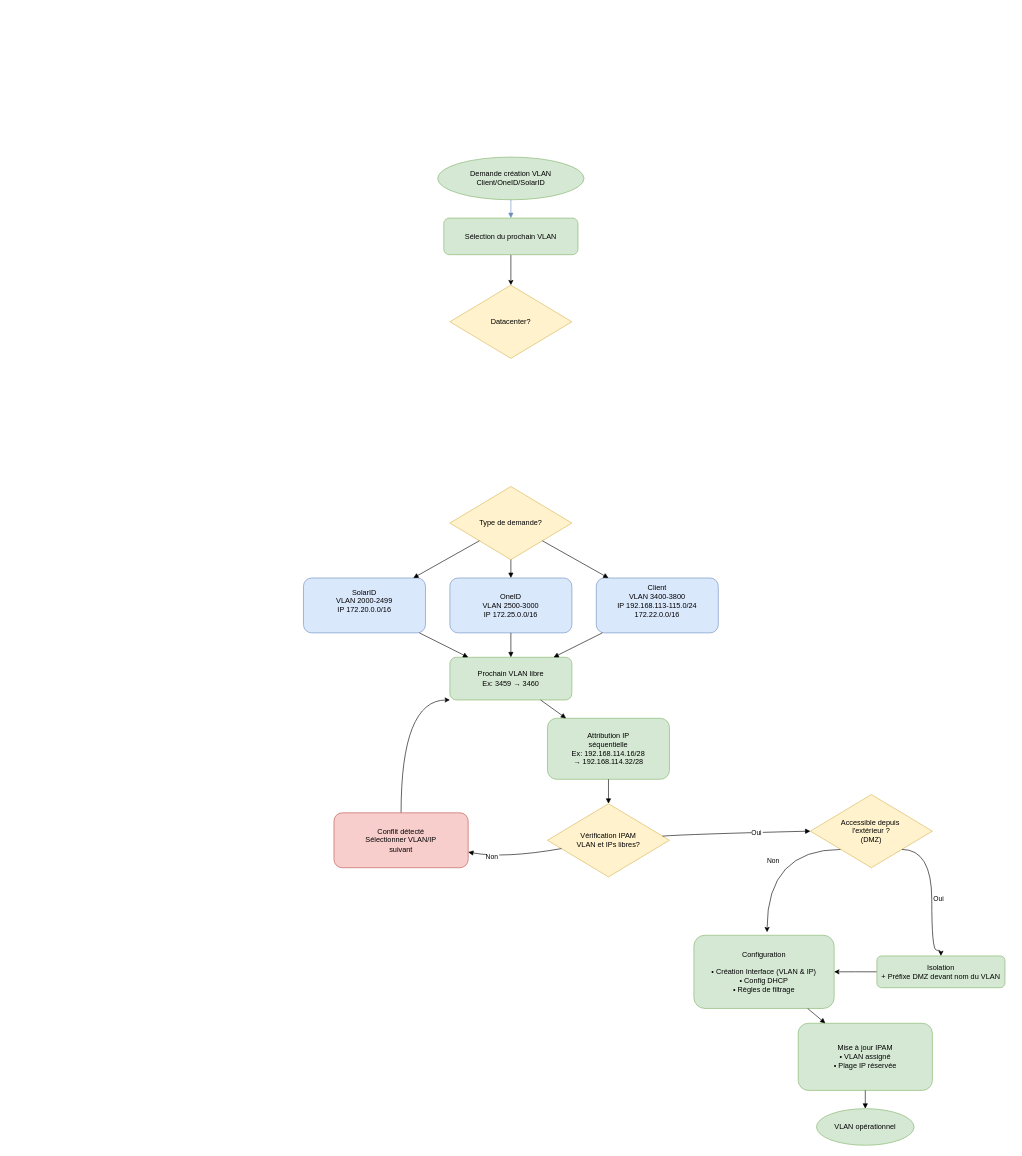
Earlier version of the draw.io diagram Diagrammes_création_vlan.drawio (titiuv24/diagrammes). Source tidied: cells renumbered, new cells numbered last; positions are measured from the earlier drawing's top-left corner, leaving out a move shared by most shapes. Both pictures are drawn from the tidied source at 61%, with x=0, y=0 at pixel (303, 157).
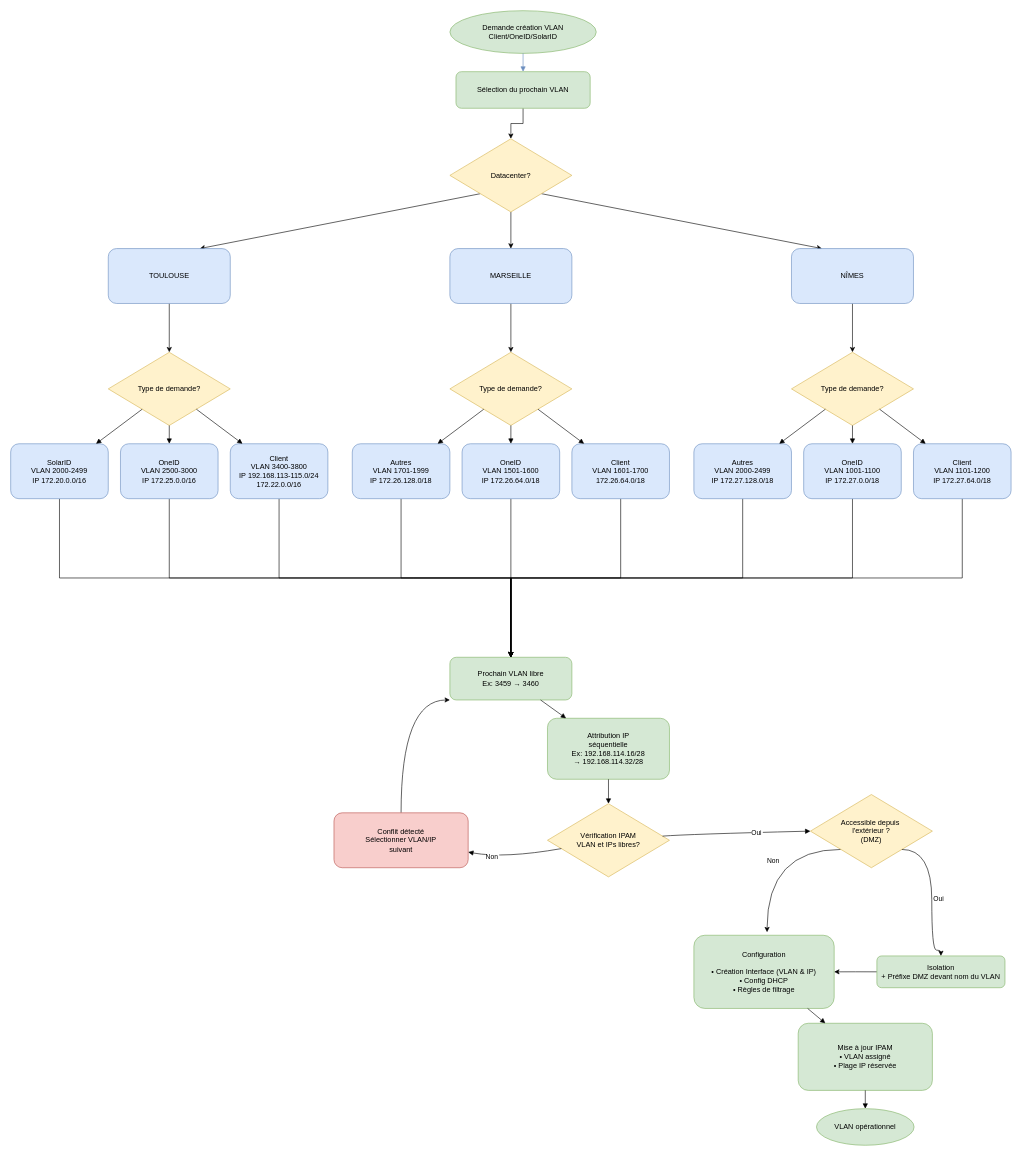
The same diagram, later.

Commit message:
Mettre à jour Diagrammes_création_vlan.drawio

Unchanged cells that the change refers to:
```xml
<mxCell id="13" value="Prochain VLAN libre&#10;Ex: 3459 → 3460" style="rounded=1;whiteSpace=wrap;html=1;fillColor=#d5e8d4;strokeColor=#82b366;" parent="1" vertex="1">
  <mxGeometry x="240" y="820" width="200" height="70" as="geometry" />
</mxCell>
```

Change to the diagram source:
```diff
@@
     <mxCell id="2" value="Demande création VLAN&#10;Client/OneID/SolarID" style="ellipse;whiteSpace=wrap;html=1;fillColor=#d5e8d4;strokeColor=#82b366;" parent="1" vertex="1">
-      <mxGeometry x="220" width="240" height="70" as="geometry" />
+      <mxGeometry x="240" y="-240" width="240" height="70" as="geometry" />
     </mxCell>
@@
     <mxCell id="4" value="Sélection du prochain VLAN" style="rounded=1;whiteSpace=wrap;html=1;fillColor=#d5e8d4;strokeColor=#82b366;" parent="1" vertex="1">
-      <mxGeometry x="230" y="100" width="220" height="60" as="geometry" />
+      <mxGeometry x="250" y="-140" width="220" height="60" as="geometry" />
     </mxCell>
@@
     <mxCell id="6" value="Type de demande?" style="rhombus;whiteSpace=wrap;html=1;fillColor=#fff2cc;strokeColor=#d6b656;" parent="1" vertex="1">
-      <mxGeometry x="240" y="540" width="200" height="120" as="geometry" />
+      <mxGeometry x="-320" y="320" width="200" height="120" as="geometry" />
     </mxCell>
+    <mxCell id="14" style="edgeStyle=orthogonalEdgeStyle;rounded=0;jettySize=auto;html=1;exitX=0.5;exitY=1;exitDx=0;exitDy=0;entryX=0.5;entryY=0;entryDx=0;entryDy=0;" parent="1" edge="1" source="7" target="13">
+      <mxGeometry relative="1" as="geometry" />
+    </mxCell>
-    <mxCell id="7" value="SolarID&lt;br&gt;&lt;div&gt;VLAN 2000-2499&lt;/div&gt;IP 172.20.0.0/16&lt;div&gt;&lt;br/&gt;&lt;/div&gt;" style="rounded=1;whiteSpace=wrap;html=1;fillColor=#dae8fc;strokeColor=#6c8ebf;" parent="1" vertex="1">
-      <mxGeometry y="690" width="200" height="90" as="geometry" />
+    <mxCell id="7" value="SolarID&lt;br&gt;&lt;div&gt;VLAN 2000-2499&lt;/div&gt;IP 172.20.0.0/16" style="rounded=1;whiteSpace=wrap;html=1;fillColor=#dae8fc;strokeColor=#6c8ebf;" parent="1" vertex="1">
+      <mxGeometry x="-480" y="470" width="160" height="90" as="geometry" />
     </mxCell>
+    <mxCell id="15" style="edgeStyle=orthogonalEdgeStyle;rounded=0;jettySize=auto;html=1;exitX=0.5;exitY=1;exitDx=0;exitDy=0;entryX=0.5;entryY=0;entryDx=0;entryDy=0;" parent="1" edge="1" source="8" target="13">
+      <mxGeometry relative="1" as="geometry" />
+    </mxCell>
     <mxCell id="8" value="OneID&lt;br&gt;&lt;div&gt;VLAN 2500-3000&lt;/div&gt;&lt;div&gt;IP&amp;nbsp;172.25.0.0/16&lt;br/&gt;&lt;/div&gt;" style="rounded=1;whiteSpace=wrap;html=1;fillColor=#dae8fc;strokeColor=#6c8ebf;" parent="1" vertex="1">
-      <mxGeometry x="240" y="690" width="200" height="90" as="geometry" />
+      <mxGeometry x="-300" y="470" width="160" height="90" as="geometry" />
     </mxCell>
+    <mxCell id="16" style="edgeStyle=orthogonalEdgeStyle;rounded=0;jettySize=auto;html=1;exitX=0.5;exitY=1;exitDx=0;exitDy=0;" parent="1" edge="1" source="9" target="13">
+      <mxGeometry relative="1" as="geometry" />
+    </mxCell>
-    <mxCell id="9" value="Client&lt;br&gt;&lt;div&gt;VLAN 3400-3800&lt;/div&gt;&lt;div&gt;IP 192.168.113-115.0/24&lt;/div&gt;172.22.0.0/16&lt;div&gt;&lt;br&gt;&lt;/div&gt;" style="rounded=1;whiteSpace=wrap;html=1;fillColor=#dae8fc;strokeColor=#6c8ebf;" parent="1" vertex="1">
-      <mxGeometry x="480" y="690" width="200" height="90" as="geometry" />
+    <mxCell id="9" value="Client&lt;br&gt;&lt;div&gt;VLAN 3400-3800&lt;/div&gt;&lt;div&gt;IP 192.168.113-115.0/24&lt;/div&gt;172.22.0.0/16" style="rounded=1;whiteSpace=wrap;html=1;fillColor=#dae8fc;strokeColor=#6c8ebf;" parent="1" vertex="1">
+      <mxGeometry x="-120" y="470" width="160" height="90" as="geometry" />
     </mxCell>
@@
-    <mxCell id="14" style="endArrow=block;html=1;rounded=0;" parent="1" edge="1" source="7" target="13">
-      <mxGeometry relative="1" as="geometry" />
-    </mxCell>
-    <mxCell id="15" style="endArrow=block;html=1;rounded=0;" parent="1" edge="1" source="8" target="13">
-      <mxGeometry relative="1" as="geometry" />
-    </mxCell>
-    <mxCell id="16" style="endArrow=block;html=1;rounded=0;" parent="1" edge="1" source="9" target="13">
-      <mxGeometry relative="1" as="geometry" />
-    </mxCell>
@@
+    <mxCell id="40" style="rounded=0;jettySize=auto;html=1;exitX=0;exitY=1;exitDx=0;exitDy=0;entryX=0.75;entryY=0;entryDx=0;entryDy=0;" parent="1" edge="1" source="39" target="44">
+      <mxGeometry relative="1" as="geometry" />
+    </mxCell>
+    <mxCell id="41" style="edgeStyle=orthogonalEdgeStyle;rounded=0;jettySize=auto;html=1;exitX=0.5;exitY=1;exitDx=0;exitDy=0;entryX=0.5;entryY=0;entryDx=0;entryDy=0;" parent="1" edge="1" source="39" target="46">
+      <mxGeometry relative="1" as="geometry" />
+    </mxCell>
+    <mxCell id="42" style="rounded=0;jettySize=auto;html=1;exitX=1;exitY=1;exitDx=0;exitDy=0;entryX=0.25;entryY=0;entryDx=0;entryDy=0;" parent="1" edge="1" source="39" target="48">
+      <mxGeometry relative="1" as="geometry" />
+    </mxCell>
     <mxCell id="39" value="Datacenter?" style="rhombus;whiteSpace=wrap;html=1;fillColor=#fff2cc;strokeColor=#d6b656;" parent="1" vertex="1">
-      <mxGeometry x="240" y="210" width="200" height="120" as="geometry" />
+      <mxGeometry x="240" y="-30" width="200" height="120" as="geometry" />
     </mxCell>
+    <mxCell id="43" style="edgeStyle=orthogonalEdgeStyle;rounded=0;jettySize=auto;html=1;exitX=0.5;exitY=1;exitDx=0;exitDy=0;entryX=0.5;entryY=0;entryDx=0;entryDy=0;" parent="1" edge="1" source="44" target="6">
+      <mxGeometry relative="1" as="geometry" />
+    </mxCell>
+    <mxCell id="44" value="&lt;div&gt;TOULOUSE&lt;/div&gt;" style="rounded=1;whiteSpace=wrap;html=1;fillColor=#dae8fc;strokeColor=#6c8ebf;" parent="1" vertex="1">
+      <mxGeometry x="-320" y="150" width="200" height="90" as="geometry" />
+    </mxCell>
+    <mxCell id="45" style="edgeStyle=orthogonalEdgeStyle;rounded=0;jettySize=auto;html=1;exitX=0.5;exitY=1;exitDx=0;exitDy=0;entryX=0.5;entryY=0;entryDx=0;entryDy=0;" parent="1" edge="1" source="46" target="49">
+      <mxGeometry relative="1" as="geometry" />
+    </mxCell>
+    <mxCell id="46" value="MARSEILLE" style="rounded=1;whiteSpace=wrap;html=1;fillColor=#dae8fc;strokeColor=#6c8ebf;" parent="1" vertex="1">
+      <mxGeometry x="240" y="150" width="200" height="90" as="geometry" />
+    </mxCell>
+    <mxCell id="47" style="edgeStyle=orthogonalEdgeStyle;rounded=0;jettySize=auto;html=1;exitX=0.5;exitY=1;exitDx=0;exitDy=0;entryX=0.5;entryY=0;entryDx=0;entryDy=0;" parent="1" edge="1" source="48" target="59">
+      <mxGeometry relative="1" as="geometry" />
+    </mxCell>
+    <mxCell id="48" value="NÎMES" style="rounded=1;whiteSpace=wrap;html=1;fillColor=#dae8fc;strokeColor=#6c8ebf;" parent="1" vertex="1">
+      <mxGeometry x="800" y="150" width="200" height="90" as="geometry" />
+    </mxCell>
+    <mxCell id="49" value="Type de demande?" style="rhombus;whiteSpace=wrap;html=1;fillColor=#fff2cc;strokeColor=#d6b656;" parent="1" vertex="1">
+      <mxGeometry x="240" y="320" width="200" height="120" as="geometry" />
+    </mxCell>
+    <mxCell id="50" style="edgeStyle=orthogonalEdgeStyle;rounded=0;jettySize=auto;html=1;exitX=0.5;exitY=1;exitDx=0;exitDy=0;entryX=0.5;entryY=0;entryDx=0;entryDy=0;" parent="1" edge="1" source="51" target="13">
+      <mxGeometry relative="1" as="geometry">
+        <Array as="points">
+          <mxPoint x="180" y="690" />
+          <mxPoint x="360" y="690" />
+        </Array>
+      </mxGeometry>
+    </mxCell>
+    <mxCell id="51" value="Autres&lt;div&gt;VLAN 1701-1999&lt;/div&gt;IP 172.26.128.0/18" style="rounded=1;whiteSpace=wrap;html=1;fillColor=#dae8fc;strokeColor=#6c8ebf;" parent="1" vertex="1">
+      <mxGeometry x="80" y="470" width="160" height="90" as="geometry" />
+    </mxCell>
+    <mxCell id="52" style="edgeStyle=orthogonalEdgeStyle;rounded=0;jettySize=auto;html=1;exitX=0.5;exitY=1;exitDx=0;exitDy=0;entryX=0.5;entryY=0;entryDx=0;entryDy=0;" parent="1" edge="1" source="53" target="13">
+      <mxGeometry relative="1" as="geometry" />
+    </mxCell>
+    <mxCell id="53" value="OneID&lt;br&gt;&lt;div&gt;VLAN 1501-1600&lt;/div&gt;&lt;div&gt;IP&amp;nbsp;172.26.64.0/18&lt;/div&gt;" style="rounded=1;whiteSpace=wrap;html=1;fillColor=#dae8fc;strokeColor=#6c8ebf;" parent="1" vertex="1">
+      <mxGeometry x="260" y="470" width="160" height="90" as="geometry" />
+    </mxCell>
+    <mxCell id="54" style="edgeStyle=orthogonalEdgeStyle;rounded=0;jettySize=auto;html=1;exitX=0.5;exitY=1;exitDx=0;exitDy=0;entryX=0.5;entryY=0;entryDx=0;entryDy=0;" parent="1" edge="1" source="55" target="13">
+      <mxGeometry relative="1" as="geometry">
+        <Array as="points">
+          <mxPoint x="520" y="690" />
+          <mxPoint x="340" y="690" />
+        </Array>
+      </mxGeometry>
+    </mxCell>
+    <mxCell id="55" value="Client&lt;br&gt;&lt;div&gt;VLAN 1601-1700&lt;/div&gt;172.26.64.0/18" style="rounded=1;whiteSpace=wrap;html=1;fillColor=#dae8fc;strokeColor=#6c8ebf;" parent="1" vertex="1">
+      <mxGeometry x="440" y="470" width="160" height="90" as="geometry" />
+    </mxCell>
+    <mxCell id="56" style="endArrow=block;html=1;rounded=0;" parent="1" edge="1" source="49" target="51">
+      <mxGeometry relative="1" as="geometry" />
+    </mxCell>
+    <mxCell id="57" style="endArrow=block;html=1;rounded=0;" parent="1" edge="1" source="49" target="53">
+      <mxGeometry relative="1" as="geometry" />
+    </mxCell>
+    <mxCell id="58" style="endArrow=block;html=1;rounded=0;" parent="1" edge="1" source="49" target="55">
+      <mxGeometry relative="1" as="geometry" />
+    </mxCell>
+    <mxCell id="59" value="Type de demande?" style="rhombus;whiteSpace=wrap;html=1;fillColor=#fff2cc;strokeColor=#d6b656;" parent="1" vertex="1">
+      <mxGeometry x="800" y="320" width="200" height="120" as="geometry" />
+    </mxCell>
+    <mxCell id="60" style="edgeStyle=orthogonalEdgeStyle;rounded=0;jettySize=auto;html=1;exitX=0.5;exitY=1;exitDx=0;exitDy=0;entryX=0.5;entryY=0;entryDx=0;entryDy=0;" parent="1" edge="1" source="61" target="13">
+      <mxGeometry relative="1" as="geometry" />
+    </mxCell>
+    <mxCell id="61" value="Autres&lt;div&gt;VLAN 2000-2499&lt;/div&gt;IP 172.27.128.0/18" style="rounded=1;whiteSpace=wrap;html=1;fillColor=#dae8fc;strokeColor=#6c8ebf;" parent="1" vertex="1">
+      <mxGeometry x="640" y="470" width="160" height="90" as="geometry" />
+    </mxCell>
+    <mxCell id="62" style="edgeStyle=orthogonalEdgeStyle;rounded=0;jettySize=auto;html=1;exitX=0.5;exitY=1;exitDx=0;exitDy=0;entryX=0.5;entryY=0;entryDx=0;entryDy=0;" parent="1" edge="1" source="63" target="13">
+      <mxGeometry relative="1" as="geometry" />
+    </mxCell>
+    <mxCell id="63" value="OneID&lt;br&gt;&lt;div&gt;VLAN 1001-1100&lt;/div&gt;&lt;div&gt;IP&amp;nbsp;172.27.0.0/18&lt;/div&gt;" style="rounded=1;whiteSpace=wrap;html=1;fillColor=#dae8fc;strokeColor=#6c8ebf;" parent="1" vertex="1">
+      <mxGeometry x="820" y="470" width="160" height="90" as="geometry" />
+    </mxCell>
+    <mxCell id="64" style="edgeStyle=orthogonalEdgeStyle;rounded=0;jettySize=auto;html=1;exitX=0.5;exitY=1;exitDx=0;exitDy=0;entryX=0.5;entryY=0;entryDx=0;entryDy=0;" parent="1" edge="1" source="65" target="13">
+      <mxGeometry relative="1" as="geometry" />
+    </mxCell>
+    <mxCell id="65" value="Client&lt;br&gt;&lt;div&gt;VLAN 1101-1200&lt;/div&gt;IP 172.27.64.0/18" style="rounded=1;whiteSpace=wrap;html=1;fillColor=#dae8fc;strokeColor=#6c8ebf;" parent="1" vertex="1">
+      <mxGeometry x="1000" y="470" width="160" height="90" as="geometry" />
+    </mxCell>
+    <mxCell id="66" style="endArrow=block;html=1;rounded=0;" parent="1" edge="1" source="59" target="61">
+      <mxGeometry relative="1" as="geometry" />
+    </mxCell>
+    <mxCell id="67" style="endArrow=block;html=1;rounded=0;" parent="1" edge="1" source="59" target="63">
+      <mxGeometry relative="1" as="geometry" />
+    </mxCell>
+    <mxCell id="68" style="endArrow=block;html=1;rounded=0;" parent="1" edge="1" source="59" target="65">
+      <mxGeometry relative="1" as="geometry" />
+    </mxCell>
```
